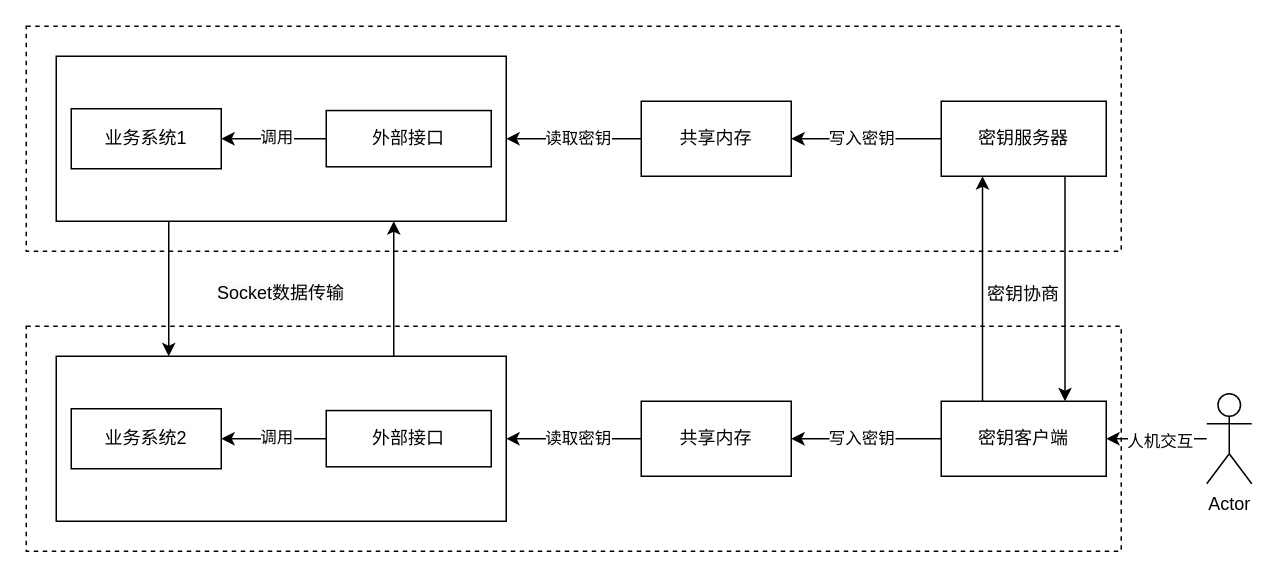
Above: 设计架构图.drawio in 1244xx/SCU_Database (draw.io), before the change. Source tidied: cells renumbered, new cells numbered last; positions are measured from the earlier drawing's top-left corner, leaving out a move shared by most shapes. Both pictures are drawn from the tidied source at 150%, with x=0, y=0 at pixel (26, 26).
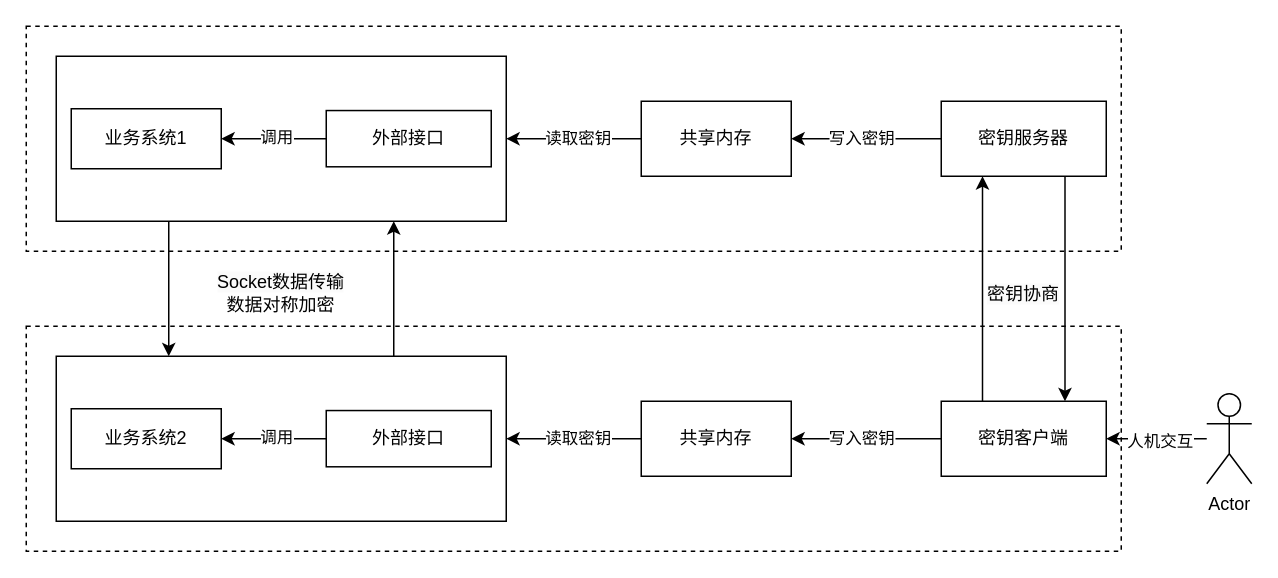
The same diagram, later.

Commit message:
更新设计架构图.drawio

Diff of the diagram source:
```diff
@@
-    <mxCell id="34" value="&lt;span style=&quot;color: rgb(0, 0, 0); font-family: Helvetica; font-size: 12px; font-style: normal; font-variant-ligatures: normal; font-variant-caps: normal; font-weight: 400; letter-spacing: normal; orphans: 2; text-indent: 0px; text-transform: none; widows: 2; word-spacing: 0px; -webkit-text-stroke-width: 0px; white-space: normal; background-color: rgb(251, 251, 251); text-decoration-thickness: initial; text-decoration-style: initial; text-decoration-color: initial; float: none; display: inline !important;&quot;&gt;Socket数据传输&lt;/span&gt;" style="text;whiteSpace=wrap;html=1;align=center;verticalAlign=middle;" parent="1" vertex="1">
+    <mxCell id="34" value="&lt;span style=&quot;color: rgb(0, 0, 0); font-family: Helvetica; font-size: 12px; font-style: normal; font-variant-ligatures: normal; font-variant-caps: normal; font-weight: 400; letter-spacing: normal; orphans: 2; text-indent: 0px; text-transform: none; widows: 2; word-spacing: 0px; -webkit-text-stroke-width: 0px; white-space: normal; background-color: rgb(251, 251, 251); text-decoration-thickness: initial; text-decoration-style: initial; text-decoration-color: initial; float: none; display: inline !important;&quot;&gt;Socket数据传输&lt;/span&gt;&lt;div&gt;数据对称加密&lt;/div&gt;" style="text;whiteSpace=wrap;html=1;align=center;verticalAlign=middle;" parent="1" vertex="1">
       <mxGeometry x="125" y="157.5" width="90" height="40" as="geometry" />
     </mxCell>
```
